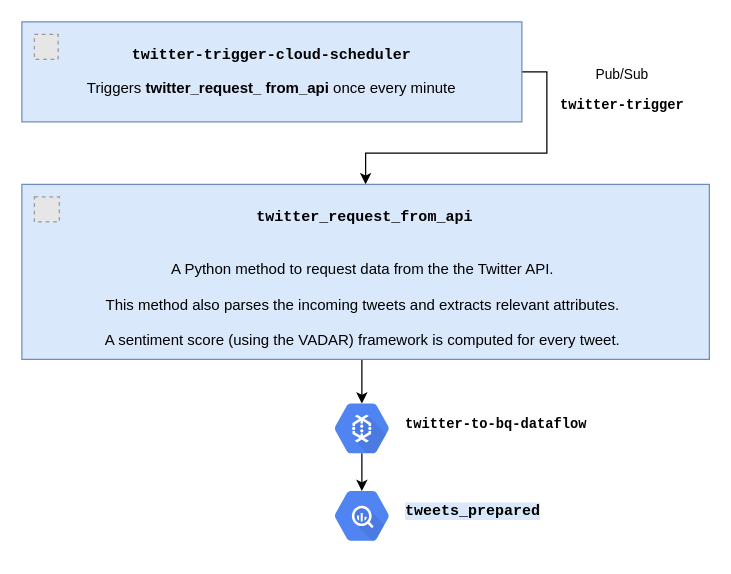
This is page "Twitter Zoom-in" (3 of 6) of documentation/DataFlow.drawio from ptgrigorov27/TheMask, a draw.io file, before an edit. Source tidied: cells renumbered, new cells numbered last; positions are measured from the earlier drawing's top-left corner, leaving out a move shared by most shapes. Both pictures are drawn from the tidied source at 125%, with x=0, y=0 at pixel (21, 21). Pictures stored in the file or linked from it are replaced by grey dashed boxes.
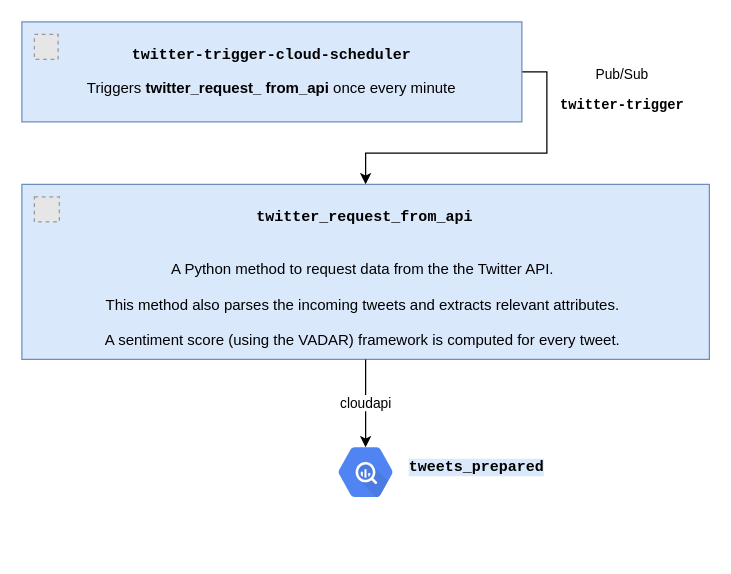
Above is the later version.

Commit message (it also covers changes not shown here):
Replaced dataflow component with ingest via cloudapi from python code

Diff of the diagram source:
```diff
@@
 <mxGraphModel>
   <root>
     <mxCell id="0" />
     <mxCell id="1" parent="0" />
     <mxCell id="2" value="&lt;pre style=&quot;color: rgb(0 , 0 , 0) ; font-size: 12px ; font-weight: 400&quot;&gt;&lt;span style=&quot;background-color: rgb(218 , 232 , 252)&quot;&gt;&lt;b&gt;tweets_prepared&lt;/b&gt;&lt;/span&gt;&lt;/pre&gt;" style="sketch=0;html=1;fillColor=#5184F3;strokeColor=none;verticalAlign=middle;labelPosition=right;verticalLabelPosition=middle;align=left;spacingTop=-6;fontSize=11;fontStyle=1;fontColor=#999999;shape=mxgraph.gcp2.hexIcon;prIcon=bigquery;" parent="1" vertex="1">
-      <mxGeometry x="239" y="366" width="66" height="58.5" as="geometry" />
+      <mxGeometry x="242" y="331" width="66" height="58.5" as="geometry" />
     </mxCell>
-    <mxCell id="3" style="edgeStyle=orthogonalEdgeStyle;rounded=0;jettySize=auto;html=1;exitX=0.5;exitY=1;exitDx=0;exitDy=0;entryX=0.5;entryY=0.16;entryDx=0;entryDy=0;entryPerimeter=0;" parent="1" edge="1" source="4" target="10">
-      <mxGeometry relative="1" as="geometry" />
-    </mxCell>
     <mxCell id="4" value="&lt;pre&gt;&lt;b&gt;twitter_request_from_api&lt;/b&gt;&lt;/pre&gt;&lt;br&gt;A Python method to request data from the the Twitter API.&amp;nbsp;&lt;br&gt;&lt;br&gt;This method also parses the incoming tweets and extracts relevant attributes.&amp;nbsp;&lt;br&gt;&lt;br&gt;A sentiment score (using the VADAR) framework is computed for every tweet.&amp;nbsp;" style="rounded=0;whiteSpace=wrap;html=1;fillColor=#dae8fc;strokeColor=#6c8ebf;spacingLeft=8;spacingRight=9;" parent="1" vertex="1">
       <mxGeometry y="130" width="550" height="140" as="geometry" />
     </mxCell>
     <mxCell id="5" value="Pub/Sub&lt;br&gt;&lt;pre&gt;&lt;b&gt;twitter-trigger&lt;/b&gt;&lt;/pre&gt;" style="edgeStyle=orthogonalEdgeStyle;rounded=0;jettySize=auto;html=1;exitX=1;exitY=0.5;exitDx=0;exitDy=0;" parent="1" edge="1" source="7" target="4">
       <mxGeometry x="-0.69" y="60" relative="1" as="geometry" />
     </mxCell>
     <mxCell id="6" style="fillColor=#E6E6E6;strokeColor=#999999;dashed=1;verticalLabelPosition=bottom;labelBackgroundColor=#ffffff;verticalAlign=top;" parent="1" vertex="1">
       <mxGeometry x="10" y="140" width="20" height="20" as="geometry" />
     </mxCell>
     <mxCell id="7" value="&lt;pre&gt;&lt;pre&gt;&lt;b&gt;twitter-trigger-cloud-scheduler&lt;/b&gt;&lt;/pre&gt;&lt;span style=&quot;font-family: &amp;#34;helvetica&amp;#34;&quot;&gt;Triggers&amp;nbsp;&lt;/span&gt;&lt;b style=&quot;font-family: &amp;#34;helvetica&amp;#34;&quot;&gt;twitter_&lt;/b&gt;&lt;b style=&quot;font-family: &amp;#34;helvetica&amp;#34;&quot;&gt;request_&amp;nbsp;&lt;/b&gt;&lt;b style=&quot;font-family: &amp;#34;helvetica&amp;#34;&quot;&gt;from_api&amp;nbsp;&lt;/b&gt;&lt;span style=&quot;font-family: &amp;#34;helvetica&amp;#34;&quot;&gt;once every minute&lt;/span&gt;&lt;br&gt;&lt;/pre&gt;&lt;p&gt;&lt;/p&gt;" style="rounded=0;whiteSpace=wrap;html=1;fillColor=#dae8fc;strokeColor=#6c8ebf;" parent="1" vertex="1">
       <mxGeometry width="400" height="80" as="geometry" />
     </mxCell>
     <mxCell id="8" style="fillColor=#E6E6E6;strokeColor=#999999;dashed=1;verticalLabelPosition=bottom;labelBackgroundColor=#ffffff;verticalAlign=top;" parent="1" vertex="1">
       <mxGeometry x="10" y="10" width="19" height="20" as="geometry" />
     </mxCell>
-    <mxCell id="9" style="edgeStyle=orthogonalEdgeStyle;rounded=0;jettySize=auto;html=1;exitX=0.5;exitY=0.84;exitDx=0;exitDy=0;exitPerimeter=0;entryX=0.5;entryY=0.16;entryDx=0;entryDy=0;entryPerimeter=0;" parent="1" edge="1" source="10" target="2">
+    <mxCell id="9" value="cloudapi" style="edgeStyle=orthogonalEdgeStyle;rounded=0;jettySize=auto;html=1;exitX=0.5;exitY=1;exitDx=0;exitDy=0;entryX=0.5;entryY=0.16;entryDx=0;entryDy=0;entryPerimeter=0;" parent="1" edge="1" source="4" target="2">
       <mxGeometry relative="1" as="geometry" />
     </mxCell>
-    <mxCell id="10" value="&lt;pre&gt;&lt;font color=&quot;#000000&quot;&gt;twitter-to-bq-dataflow&lt;span style=&quot;font-weight: 400&quot;&gt;&lt;br&gt;&lt;/span&gt;&lt;/font&gt;&lt;/pre&gt;" style="sketch=0;html=1;fillColor=#5184F3;strokeColor=none;verticalAlign=middle;labelPosition=right;verticalLabelPosition=middle;align=left;spacingTop=-6;fontSize=11;fontStyle=1;fontColor=#999999;shape=mxgraph.gcp2.hexIcon;prIcon=cloud_dataflow;horizontal=1;" parent="1" vertex="1">
-      <mxGeometry x="239" y="296" width="66" height="58.5" as="geometry" />
-    </mxCell>
   </root>
 </mxGraphModel>
```
